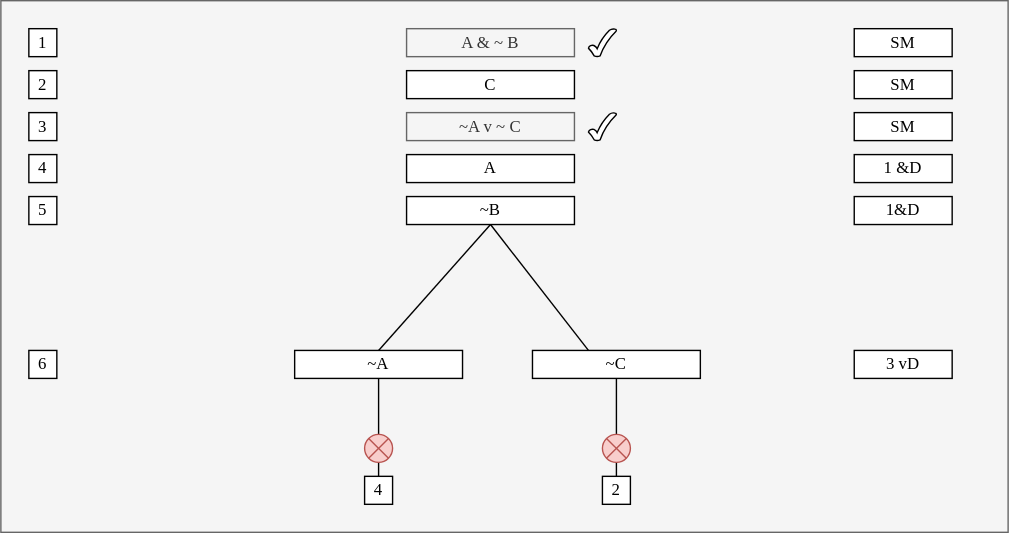
Above: truth-trees.svg in thomasabishop/logic-diagrams (draw.io), before the change. Source tidied: cells renumbered, new cells last; positions are measured from the earlier drawing's top-left corner, leaving out a move shared by most shapes.
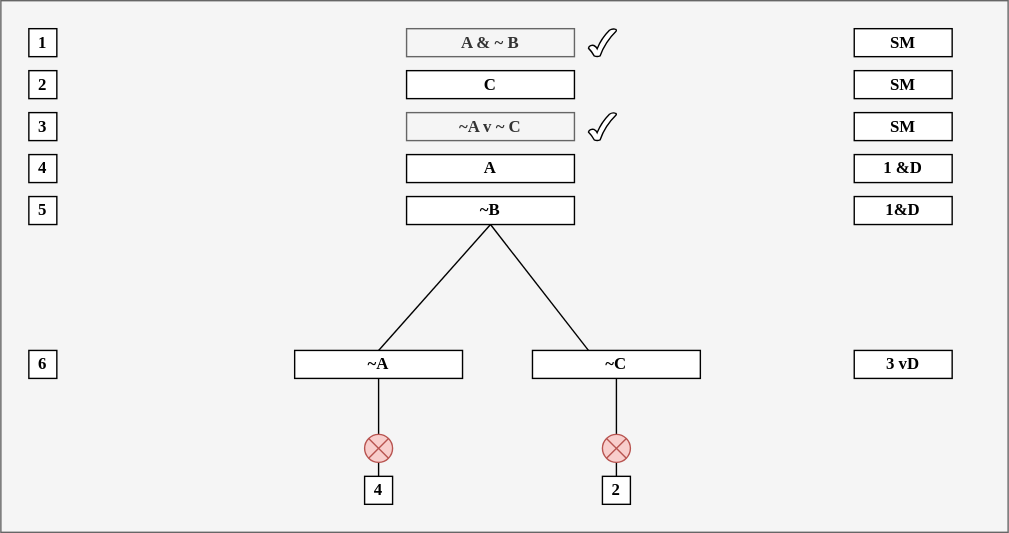
Above is the later version.

Diff of the diagram source:
```diff
@@ -5,108 +5,108 @@
     <mxCell id="2" style="rounded=0;whiteSpace=wrap;html=1;align=left;fillColor=#f5f5f5;fontColor=#333333;strokeColor=#666666;" parent="1" vertex="1">
       <mxGeometry width="720" height="380" as="geometry" />
     </mxCell>
-    <mxCell id="3" style="endArrow=none;html=1;rounded=0;fontFamily=Lucida Console;" parent="1" edge="1">
+    <mxCell id="3" style="endArrow=none;html=1;rounded=0;fontFamily=Lucida Console;fontStyle=1;" parent="1" edge="1">
       <mxGeometry relative="1" as="geometry">
         <mxPoint x="270" y="250" as="sourcePoint" />
         <mxPoint x="350" y="160" as="targetPoint" />
       </mxGeometry>
     </mxCell>
-    <mxCell id="4" style="endArrow=none;html=1;rounded=0;fontFamily=Lucida Console;" parent="1" edge="1">
+    <mxCell id="4" style="endArrow=none;html=1;rounded=0;fontFamily=Lucida Console;fontStyle=1;" parent="1" edge="1">
       <mxGeometry relative="1" as="geometry">
         <mxPoint x="350" y="160" as="sourcePoint" />
         <mxPoint x="420" y="250" as="targetPoint" />
       </mxGeometry>
     </mxCell>
-    <mxCell id="5" style="edgeStyle=orthogonalEdgeStyle;rounded=0;jettySize=auto;html=1;fontFamily=Lucida Console;endArrow=none;endFill=0;" parent="1" edge="1" source="6">
+    <mxCell id="5" style="edgeStyle=orthogonalEdgeStyle;rounded=0;jettySize=auto;html=1;fontFamily=Lucida Console;endArrow=none;endFill=0;fontStyle=1;" parent="1" edge="1" source="6">
       <mxGeometry relative="1" as="geometry">
         <mxPoint x="270" y="310" as="targetPoint" />
       </mxGeometry>
     </mxCell>
-    <mxCell id="6" value="~A" style="rounded=0;whiteSpace=wrap;html=1;fontFamily=Lucida Console;" parent="1" vertex="1">
+    <mxCell id="6" value="~A" style="rounded=0;whiteSpace=wrap;html=1;fontFamily=Lucida Console;fontStyle=1;" parent="1" vertex="1">
       <mxGeometry x="210" y="250" width="120" height="20" as="geometry" />
     </mxCell>
-    <mxCell id="7" value="3 vD" style="rounded=0;whiteSpace=wrap;html=1;fontFamily=Lucida Console;" parent="1" vertex="1">
+    <mxCell id="7" value="3 vD" style="rounded=0;whiteSpace=wrap;html=1;fontFamily=Lucida Console;fontStyle=1;" parent="1" vertex="1">
       <mxGeometry x="610" y="250" width="70" height="20" as="geometry" />
     </mxCell>
-    <mxCell id="8" value="6" style="rounded=0;whiteSpace=wrap;html=1;fontFamily=Lucida Console;" parent="1" vertex="1">
+    <mxCell id="8" value="6" style="rounded=0;whiteSpace=wrap;html=1;fontFamily=Lucida Console;fontStyle=1;" parent="1" vertex="1">
       <mxGeometry x="20" y="250" width="20" height="20" as="geometry" />
     </mxCell>
-    <mxCell id="9" value="~C" style="rounded=0;whiteSpace=wrap;html=1;fontFamily=Lucida Console;" parent="1" vertex="1">
+    <mxCell id="9" value="~C" style="rounded=0;whiteSpace=wrap;html=1;fontFamily=Lucida Console;fontStyle=1;" parent="1" vertex="1">
       <mxGeometry x="380" y="250" width="120" height="20" as="geometry" />
     </mxCell>
-    <mxCell id="10" value="A &amp;amp; ~ B" style="rounded=0;whiteSpace=wrap;html=1;fontFamily=Lucida Console;fillColor=#f5f5f5;fontColor=#333333;strokeColor=#666666;" parent="1" vertex="1">
+    <mxCell id="10" value="A &amp;amp; ~ B" style="rounded=0;whiteSpace=wrap;html=1;fontFamily=Lucida Console;fillColor=#f5f5f5;fontColor=#333333;strokeColor=#666666;fontStyle=1;" parent="1" vertex="1">
       <mxGeometry x="290" y="20" width="120" height="20" as="geometry" />
     </mxCell>
-    <mxCell id="11" value="SM" style="rounded=0;whiteSpace=wrap;html=1;fontFamily=Lucida Console;" parent="1" vertex="1">
+    <mxCell id="11" value="SM" style="rounded=0;whiteSpace=wrap;html=1;fontFamily=Lucida Console;fontStyle=1;" parent="1" vertex="1">
       <mxGeometry x="610" y="20" width="70" height="20" as="geometry" />
     </mxCell>
-    <mxCell id="12" value="1" style="rounded=0;whiteSpace=wrap;html=1;fontFamily=Lucida Console;" parent="1" vertex="1">
+    <mxCell id="12" value="1" style="rounded=0;whiteSpace=wrap;html=1;fontFamily=Lucida Console;fontStyle=1;" parent="1" vertex="1">
       <mxGeometry x="20" y="20" width="20" height="20" as="geometry" />
     </mxCell>
-    <mxCell id="13" value="C" style="rounded=0;whiteSpace=wrap;html=1;fontFamily=Lucida Console;" parent="1" vertex="1">
+    <mxCell id="13" value="C" style="rounded=0;whiteSpace=wrap;html=1;fontFamily=Lucida Console;fontStyle=1;" parent="1" vertex="1">
       <mxGeometry x="290" y="50" width="120" height="20" as="geometry" />
     </mxCell>
-    <mxCell id="14" value="SM" style="rounded=0;whiteSpace=wrap;html=1;fontFamily=Lucida Console;" parent="1" vertex="1">
+    <mxCell id="14" value="SM" style="rounded=0;whiteSpace=wrap;html=1;fontFamily=Lucida Console;fontStyle=1;" parent="1" vertex="1">
       <mxGeometry x="610" y="50" width="70" height="20" as="geometry" />
     </mxCell>
-    <mxCell id="15" value="2" style="rounded=0;whiteSpace=wrap;html=1;fontFamily=Lucida Console;" parent="1" vertex="1">
+    <mxCell id="15" value="2" style="rounded=0;whiteSpace=wrap;html=1;fontFamily=Lucida Console;fontStyle=1;" parent="1" vertex="1">
       <mxGeometry x="20" y="50" width="20" height="20" as="geometry" />
     </mxCell>
-    <mxCell id="16" value="~A v ~ C" style="rounded=0;whiteSpace=wrap;html=1;fontFamily=Lucida Console;fillColor=#f5f5f5;fontColor=#333333;strokeColor=#666666;" parent="1" vertex="1">
+    <mxCell id="16" value="~A v ~ C" style="rounded=0;whiteSpace=wrap;html=1;fontFamily=Lucida Console;fillColor=#f5f5f5;fontColor=#333333;strokeColor=#666666;fontStyle=1;" parent="1" vertex="1">
       <mxGeometry x="290" y="80" width="120" height="20" as="geometry" />
     </mxCell>
-    <mxCell id="17" value="SM" style="rounded=0;whiteSpace=wrap;html=1;fontFamily=Lucida Console;" parent="1" vertex="1">
+    <mxCell id="17" value="SM" style="rounded=0;whiteSpace=wrap;html=1;fontFamily=Lucida Console;fontStyle=1;" parent="1" vertex="1">
       <mxGeometry x="610" y="80" width="70" height="20" as="geometry" />
     </mxCell>
-    <mxCell id="18" value="3" style="rounded=0;whiteSpace=wrap;html=1;fontFamily=Lucida Console;" parent="1" vertex="1">
+    <mxCell id="18" value="3" style="rounded=0;whiteSpace=wrap;html=1;fontFamily=Lucida Console;fontStyle=1;" parent="1" vertex="1">
       <mxGeometry x="20" y="80" width="20" height="20" as="geometry" />
     </mxCell>
-    <mxCell id="19" value="A" style="rounded=0;whiteSpace=wrap;html=1;fontFamily=Lucida Console;" parent="1" vertex="1">
+    <mxCell id="19" value="A" style="rounded=0;whiteSpace=wrap;html=1;fontFamily=Lucida Console;fontStyle=1;" parent="1" vertex="1">
       <mxGeometry x="290" y="110" width="120" height="20" as="geometry" />
     </mxCell>
-    <mxCell id="20" value="1 &amp;amp;D" style="rounded=0;whiteSpace=wrap;html=1;fontFamily=Lucida Console;" parent="1" vertex="1">
+    <mxCell id="20" value="1 &amp;amp;D" style="rounded=0;whiteSpace=wrap;html=1;fontFamily=Lucida Console;fontStyle=1;" parent="1" vertex="1">
       <mxGeometry x="610" y="110" width="70" height="20" as="geometry" />
     </mxCell>
-    <mxCell id="21" value="4" style="rounded=0;whiteSpace=wrap;html=1;fontFamily=Lucida Console;" parent="1" vertex="1">
+    <mxCell id="21" value="4" style="rounded=0;whiteSpace=wrap;html=1;fontFamily=Lucida Console;fontStyle=1;" parent="1" vertex="1">
       <mxGeometry x="20" y="110" width="20" height="20" as="geometry" />
     </mxCell>
-    <mxCell id="22" value="~B" style="rounded=0;whiteSpace=wrap;html=1;fontFamily=Lucida Console;" parent="1" vertex="1">
+    <mxCell id="22" value="~B" style="rounded=0;whiteSpace=wrap;html=1;fontFamily=Lucida Console;fontStyle=1;" parent="1" vertex="1">
       <mxGeometry x="290" y="140" width="120" height="20" as="geometry" />
     </mxCell>
-    <mxCell id="23" value="1&amp;amp;D" style="rounded=0;whiteSpace=wrap;html=1;fontFamily=Lucida Console;" parent="1" vertex="1">
+    <mxCell id="23" value="1&amp;amp;D" style="rounded=0;whiteSpace=wrap;html=1;fontFamily=Lucida Console;fontStyle=1;" parent="1" vertex="1">
       <mxGeometry x="610" y="140" width="70" height="20" as="geometry" />
     </mxCell>
-    <mxCell id="24" value="5" style="rounded=0;whiteSpace=wrap;html=1;fontFamily=Lucida Console;" parent="1" vertex="1">
+    <mxCell id="24" value="5" style="rounded=0;whiteSpace=wrap;html=1;fontFamily=Lucida Console;fontStyle=1;" parent="1" vertex="1">
       <mxGeometry x="20" y="140" width="20" height="20" as="geometry" />
     </mxCell>
-    <mxCell id="25" style="verticalLabelPosition=bottom;verticalAlign=top;html=1;shape=mxgraph.basic.tick;fontFamily=Lucida Console;" parent="1" vertex="1">
+    <mxCell id="25" style="verticalLabelPosition=bottom;verticalAlign=top;html=1;shape=mxgraph.basic.tick;fontFamily=Lucida Console;fontStyle=1;" parent="1" vertex="1">
       <mxGeometry x="420" y="20" width="20" height="20" as="geometry" />
     </mxCell>
-    <mxCell id="26" style="verticalLabelPosition=bottom;verticalAlign=top;html=1;shape=mxgraph.basic.tick;fontFamily=Lucida Console;" parent="1" vertex="1">
+    <mxCell id="26" style="verticalLabelPosition=bottom;verticalAlign=top;html=1;shape=mxgraph.basic.tick;fontFamily=Lucida Console;fontStyle=1;" parent="1" vertex="1">
       <mxGeometry x="420" y="80" width="20" height="20" as="geometry" />
     </mxCell>
-    <mxCell id="27" style="edgeStyle=orthogonalEdgeStyle;rounded=0;jettySize=auto;html=1;exitX=0.5;exitY=1;exitDx=0;exitDy=0;fontFamily=Lucida Console;endArrow=none;endFill=0;" parent="1" edge="1" source="28" target="29">
+    <mxCell id="27" style="edgeStyle=orthogonalEdgeStyle;rounded=0;jettySize=auto;html=1;exitX=0.5;exitY=1;exitDx=0;exitDy=0;fontFamily=Lucida Console;endArrow=none;endFill=0;fontStyle=1;" parent="1" edge="1" source="28" target="29">
       <mxGeometry relative="1" as="geometry" />
     </mxCell>
-    <mxCell id="28" style="shape=sumEllipse;perimeter=ellipsePerimeter;whiteSpace=wrap;html=1;backgroundOutline=1;fontFamily=Lucida Console;fillColor=#f8cecc;strokeColor=#b85450;" parent="1" vertex="1">
+    <mxCell id="28" style="shape=sumEllipse;perimeter=ellipsePerimeter;whiteSpace=wrap;html=1;backgroundOutline=1;fontFamily=Lucida Console;fillColor=#f8cecc;strokeColor=#b85450;fontStyle=1;" parent="1" vertex="1">
       <mxGeometry x="260" y="310" width="20" height="20" as="geometry" />
     </mxCell>
-    <mxCell id="29" value="4" style="rounded=0;whiteSpace=wrap;html=1;fontFamily=Lucida Console;" parent="1" vertex="1">
+    <mxCell id="29" value="4" style="rounded=0;whiteSpace=wrap;html=1;fontFamily=Lucida Console;fontStyle=1;" parent="1" vertex="1">
       <mxGeometry x="260" y="340" width="20" height="20" as="geometry" />
     </mxCell>
-    <mxCell id="30" style="edgeStyle=orthogonalEdgeStyle;rounded=0;orthogonalLoop=1;jettySize=auto;html=1;fontFamily=Lucida Console;endArrow=none;endFill=0;" parent="1" edge="1">
+    <mxCell id="30" style="edgeStyle=orthogonalEdgeStyle;rounded=0;orthogonalLoop=1;jettySize=auto;html=1;fontFamily=Lucida Console;endArrow=none;endFill=0;fontStyle=1;" parent="1" edge="1">
       <mxGeometry relative="1" as="geometry">
         <mxPoint x="440" y="270" as="sourcePoint" />
         <mxPoint x="440" y="310" as="targetPoint" />
       </mxGeometry>
     </mxCell>
-    <mxCell id="31" style="edgeStyle=orthogonalEdgeStyle;rounded=0;jettySize=auto;html=1;exitX=0.5;exitY=1;exitDx=0;exitDy=0;fontFamily=Lucida Console;endArrow=none;endFill=0;" parent="1" edge="1" source="32" target="33">
+    <mxCell id="31" style="edgeStyle=orthogonalEdgeStyle;rounded=0;jettySize=auto;html=1;exitX=0.5;exitY=1;exitDx=0;exitDy=0;fontFamily=Lucida Console;endArrow=none;endFill=0;fontStyle=1;" parent="1" edge="1" source="32" target="33">
       <mxGeometry relative="1" as="geometry" />
     </mxCell>
-    <mxCell id="32" style="shape=sumEllipse;perimeter=ellipsePerimeter;whiteSpace=wrap;html=1;backgroundOutline=1;fontFamily=Lucida Console;fillColor=#f8cecc;strokeColor=#b85450;" parent="1" vertex="1">
+    <mxCell id="32" style="shape=sumEllipse;perimeter=ellipsePerimeter;whiteSpace=wrap;html=1;backgroundOutline=1;fontFamily=Lucida Console;fillColor=#f8cecc;strokeColor=#b85450;fontStyle=1;" parent="1" vertex="1">
       <mxGeometry x="430" y="310" width="20" height="20" as="geometry" />
     </mxCell>
-    <mxCell id="33" value="2" style="rounded=0;whiteSpace=wrap;html=1;fontFamily=Lucida Console;" parent="1" vertex="1">
+    <mxCell id="33" value="2" style="rounded=0;whiteSpace=wrap;html=1;fontFamily=Lucida Console;fontStyle=1;" parent="1" vertex="1">
       <mxGeometry x="430" y="340" width="20" height="20" as="geometry" />
     </mxCell>
   </root>
```
